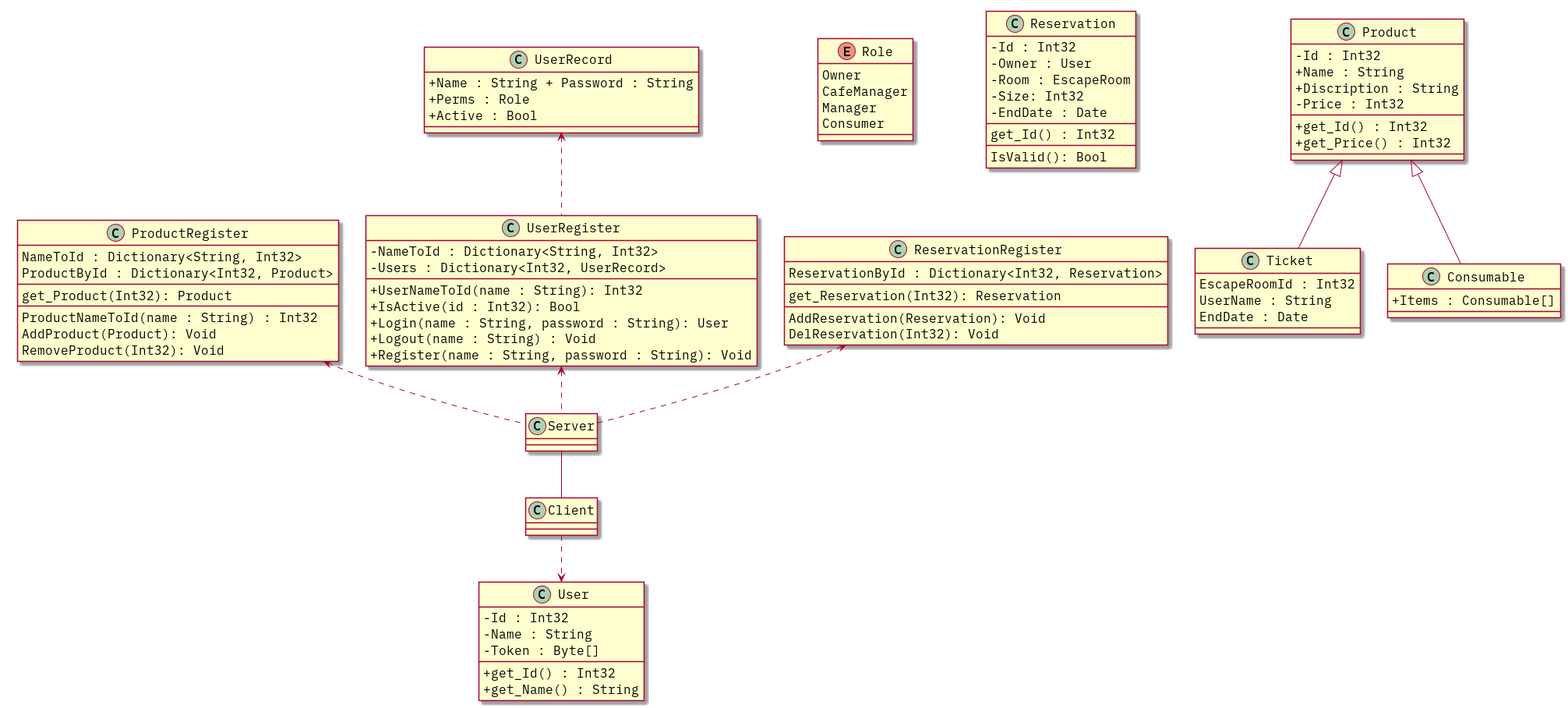
This is ClassDiagram/classes.png from proj-1b-3/code, a PlantUML export, as it was before one commit.
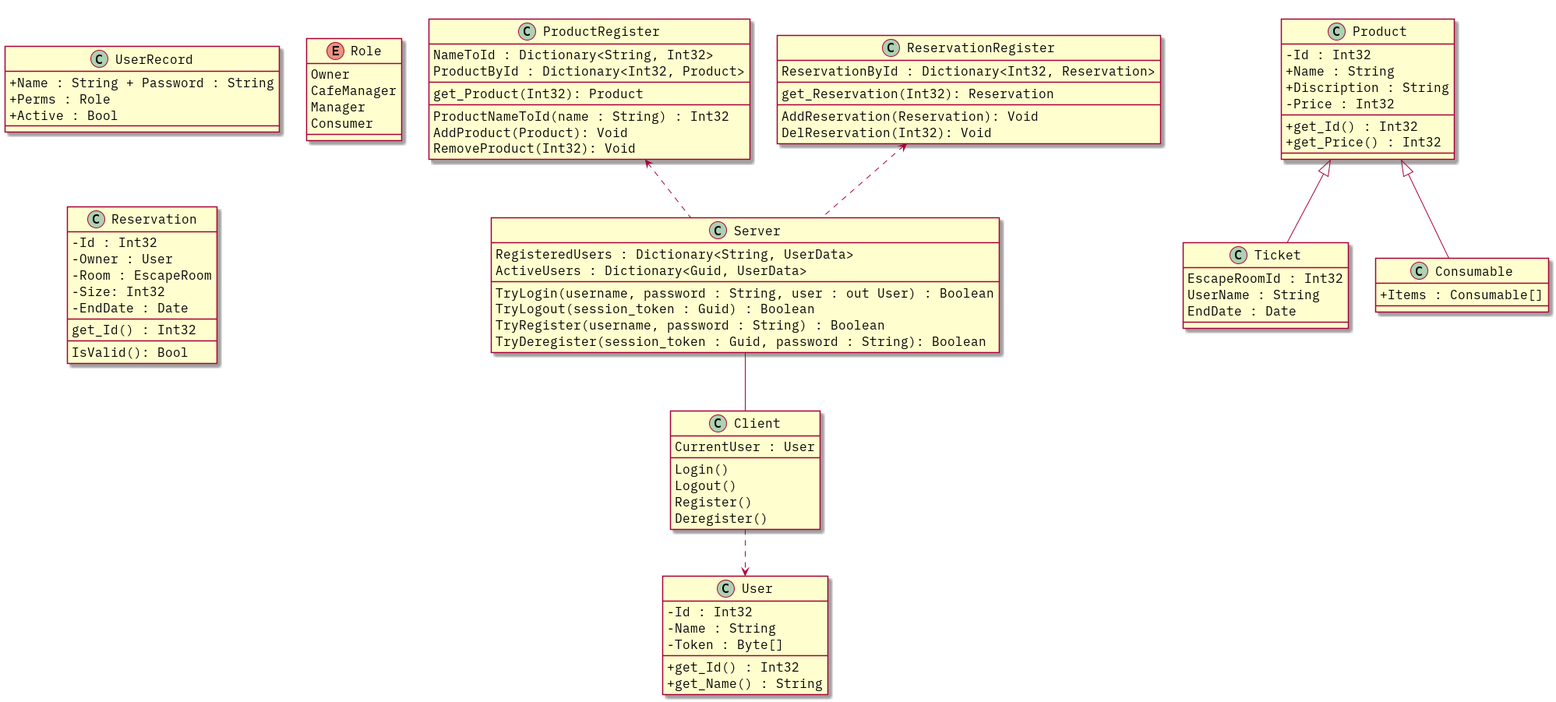
Above is the later version.

What changed in the source:
```diff
@@ -18,9 +18,24 @@
 	+ get_Name() : String
 }
 
-class Server
+class Server {
+	RegisteredUsers : Dictionary<String, UserData>
+	ActiveUsers : Dictionary<Guid, UserData>
+	____
+	TryLogin(username, password : String, user : out User) : Boolean
+	TryLogout(session_token : Guid) : Boolean
+	TryRegister(username, password : String) : Boolean
+	TryDeregister(session_token : Guid, password : String): Boolean
+}
 
-class Client
+class Client {
+	CurrentUser : User
+	____
+	Login()
+	Logout()
+	Register()
+	Deregister()
+}
 
 enum Role {
 	Owner
@@ -68,19 +83,6 @@
 }
 
 together {
-	class UserRegister {
-		- NameToId : Dictionary<String, Int32>
-		- Users : Dictionary<Int32, UserRecord>
-		____
-		+ UserNameToId(name : String): Int32
-		+ IsActive(id : Int32): Bool
-		+ Login(name : String, password : String): User
-		+ Logout(name : String) : Void
-		+ Register(name : String, password : String): Void
-	}
-
-	UserRegister .up.> UserRecord
-
 	class ProductRegister {
 		NameToId : Dictionary<String, Int32>
 		ProductById : Dictionary<Int32, Product>
@@ -103,7 +105,6 @@
 }
 
 Server .up.> ProductRegister
-Server .up.> UserRegister
 Server .up.> ReservationRegister
 
 Client .down.> User
```
